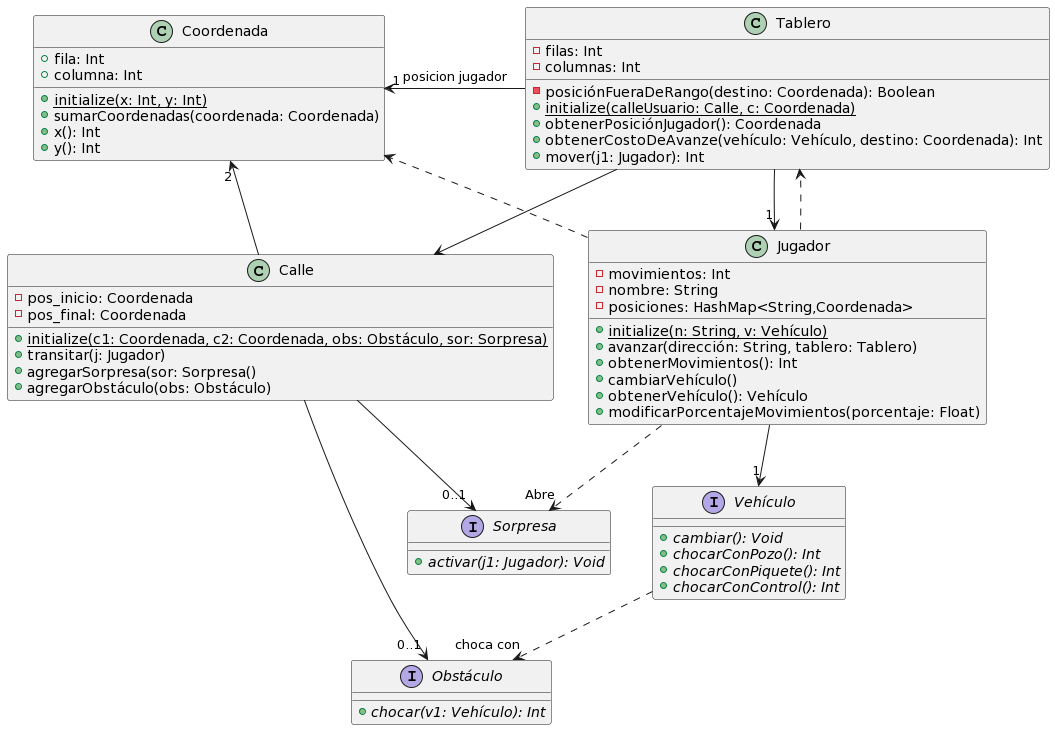
Before: diagrams/classes/Principal-UML.png, a diagram exported from PlantUML (Nachrj/algo3_tp2). The source it was exported from:
```plantuml
@startuml
class Tablero{
-filas: Int
-columnas: Int
-posiciónFueraDeRango(destino: Coordenada): Boolean
+{static}initialize(calleUsuario: Calle, c: Coordenada)
+obtenerPosiciónJugador(): Coordenada
+obtenerCostoDeAvanze(vehículo: Vehículo, destino: Coordenada): Int
+mover(j1: Jugador): Int
}

class Calle{
-pos_inicio: Coordenada
-pos_final: Coordenada
+{static}initialize(c1: Coordenada, c2: Coordenada, obs: Obstáculo, sor: Sorpresa)
+transitar(j: Jugador)
+agregarSorpresa(sor: Sorpresa()
+agregarObstáculo(obs: Obstáculo)
}

class Jugador{
-movimientos: Int
-nombre: String
-posiciones: HashMap<String,Coordenada>
+{static}initialize(n: String, v: Vehículo)
+avanzar(dirección: String, tablero: Tablero)
+obtenerMovimientos(): Int
+cambiarVehículo()
+obtenerVehículo(): Vehículo
+modificarPorcentajeMovimientos(porcentaje: Float)
}

interface Vehículo{
+{abstract} cambiar(): Void
+{abstract} chocarConPozo(): Int
+{abstract} chocarConPiquete(): Int
+{abstract} chocarConControl(): Int
}

interface Sorpresa{
+{abstract}activar(j1: Jugador): Void
}

interface Obstáculo{
+{abstract}chocar(v1: Vehículo): Int
}

class Coordenada{
+fila: Int
+columna: Int
+{static}initialize(x: Int, y: Int)
+sumarCoordenadas(coordenada: Coordenada)
+x(): Int
+y(): Int
}

Jugador --> "1" Vehículo
Tablero --> "1" Jugador
Jugador ..> Tablero
Vehículo ..> "choca con" Obstáculo
Calle --> "0..1" Obstáculo
Calle --> "0..1" Sorpresa
Jugador ..> "Abre" Sorpresa
Tablero -left-> "1" Coordenada: posicion jugador
Tablero --> Calle
Calle --> "2" Coordenada
Jugador ..> Coordenada
@enduml
```
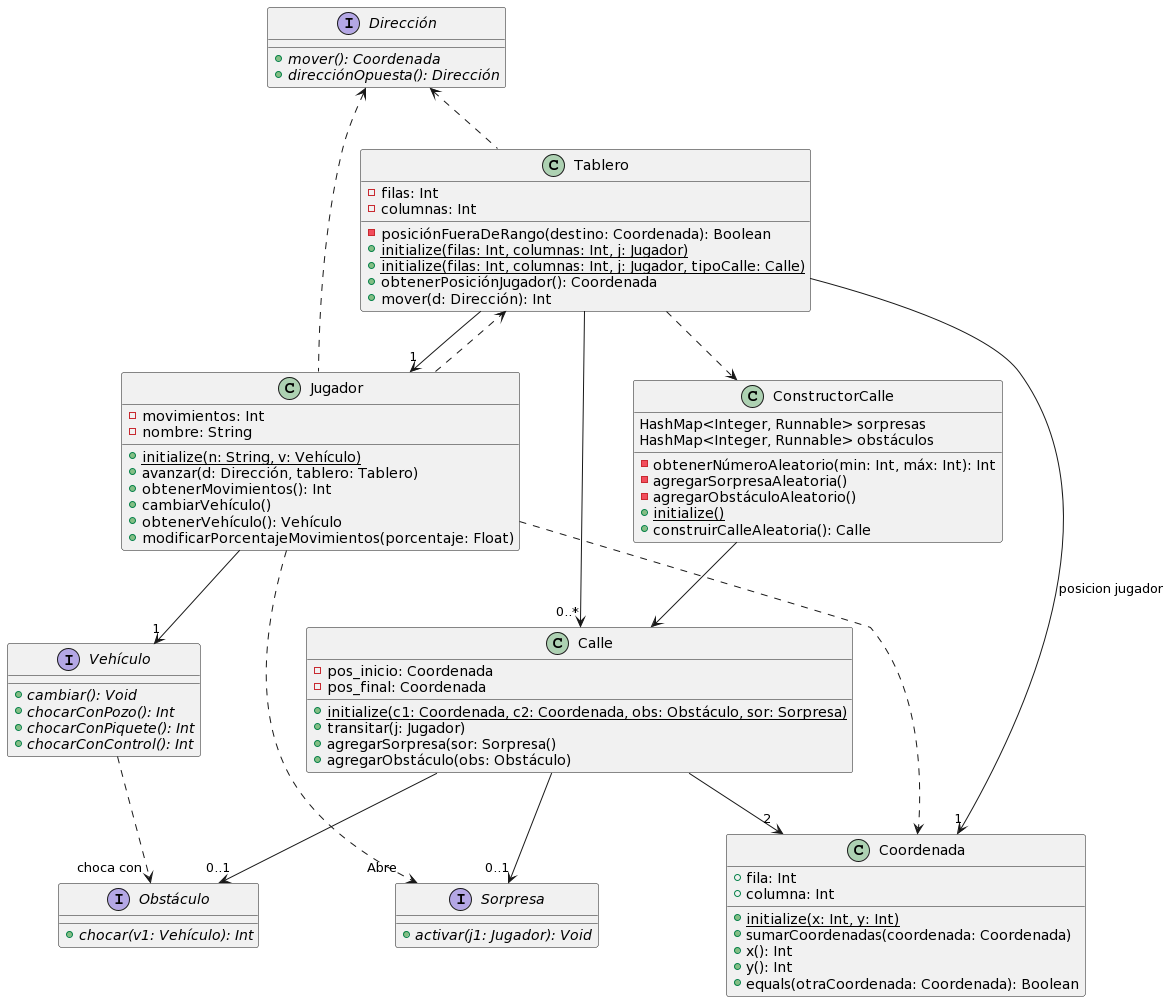
Above is the later version.

Commit message:
Diagramas de clases

Diff of the diagram source:
```diff
@@ -3,10 +3,10 @@
 -filas: Int
 -columnas: Int
 -posiciónFueraDeRango(destino: Coordenada): Boolean
-+{static}initialize(calleUsuario: Calle, c: Coordenada)
++{static}initialize(filas: Int, columnas: Int, j: Jugador)
++{static}initialize(filas: Int, columnas: Int, j: Jugador, tipoCalle: Calle)
 +obtenerPosiciónJugador(): Coordenada
-+obtenerCostoDeAvanze(vehículo: Vehículo, destino: Coordenada): Int
-+mover(j1: Jugador): Int
++mover(d: Dirección): Int
 }
 
 class Calle{
@@ -21,9 +21,8 @@
 class Jugador{
 -movimientos: Int
 -nombre: String
--posiciones: HashMap<String,Coordenada>
 +{static}initialize(n: String, v: Vehículo)
-+avanzar(dirección: String, tablero: Tablero)
++avanzar(d: Dirección, tablero: Tablero)
 +obtenerMovimientos(): Int
 +cambiarVehículo()
 +obtenerVehículo(): Vehículo
@@ -52,8 +51,26 @@
 +sumarCoordenadas(coordenada: Coordenada)
 +x(): Int
 +y(): Int
++equals(otraCoordenada: Coordenada): Boolean
 }
 
+interface Dirección{
++{abstract}mover(): Coordenada
++{abstract}direcciónOpuesta(): Dirección
+}
+
+class ConstructorCalle{
+HashMap<Integer, Runnable> sorpresas
+HashMap<Integer, Runnable> obstáculos
+-obtenerNúmeroAleatorio(min: Int, máx: Int): Int
+-agregarSorpresaAleatoria()
+-agregarObstáculoAleatorio()
++{static}initialize()
++construirCalleAleatoria(): Calle
+}
+
+Tablero ..> ConstructorCalle
+ConstructorCalle --> Calle
 Jugador --> "1" Vehículo
 Tablero --> "1" Jugador
 Jugador ..> Tablero
@@ -61,8 +78,10 @@
 Calle --> "0..1" Obstáculo
 Calle --> "0..1" Sorpresa
 Jugador ..> "Abre" Sorpresa
-Tablero -left-> "1" Coordenada: posicion jugador
-Tablero --> Calle
+Tablero --> "1" Coordenada: posicion jugador
+Tablero --> "0..*" Calle
 Calle --> "2" Coordenada
 Jugador ..> Coordenada
+Dirección <.. Tablero
+Dirección <.. Jugador
 @enduml
```
